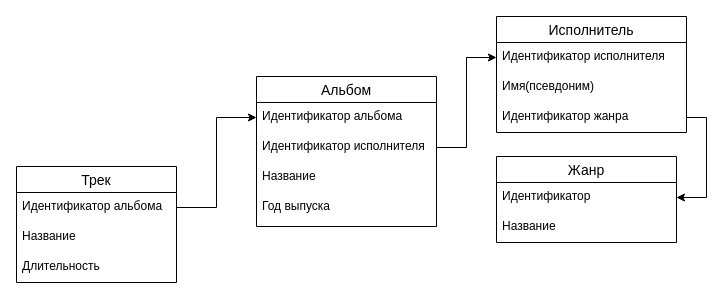
Ssafontsev/ht keeps this draw.io diagram as Untitled Diagram.drawio. Above is the earlier version. Source tidied: cells renumbered, new cells numbered last; positions are measured from the earlier drawing's top-left corner, leaving out a move shared by most shapes. Both pictures are drawn from the tidied source at 100%, with x=0, y=0 at pixel (16, 16).
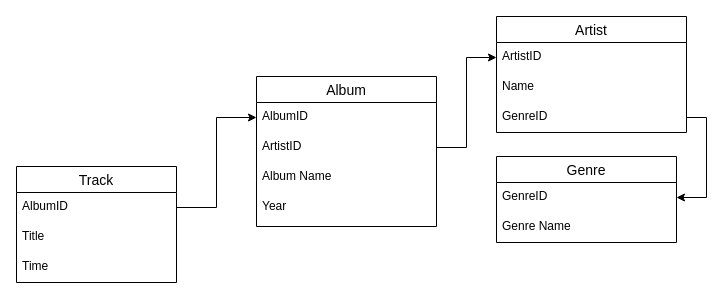
The same diagram, later.

Diff of the diagram source:
```diff
@@
-    <mxCell id="2" value="Трек" style="swimlane;fontStyle=0;horizontal=1;startSize=26;align=center;fontSize=14;" parent="1" vertex="1">
+    <mxCell id="2" value="Track" style="swimlane;fontStyle=0;horizontal=1;startSize=26;align=center;fontSize=14;" parent="1" vertex="1">
       <mxGeometry y="150" width="160" height="116" as="geometry" />
     </mxCell>
-    <mxCell id="3" value="Идентификатор альбома" style="text;strokeColor=none;fillColor=none;spacingLeft=4;spacingRight=4;overflow=hidden;points=[[0,0.5],[1,0.5]];portConstraint=eastwest;fontSize=12;" parent="2" vertex="1">
+    <mxCell id="3" value="AlbumID" style="text;strokeColor=none;fillColor=none;spacingLeft=4;spacingRight=4;overflow=hidden;points=[[0,0.5],[1,0.5]];portConstraint=eastwest;fontSize=12;" parent="2" vertex="1">
       <mxGeometry y="26" width="160" height="30" as="geometry" />
     </mxCell>
-    <mxCell id="4" value="Название" style="text;strokeColor=none;fillColor=none;spacingLeft=4;spacingRight=4;overflow=hidden;fontSize=12;" parent="2" vertex="1">
+    <mxCell id="4" value="Title" style="text;strokeColor=none;fillColor=none;spacingLeft=4;spacingRight=4;overflow=hidden;fontSize=12;" parent="2" vertex="1">
       <mxGeometry y="56" width="160" height="30" as="geometry" />
     </mxCell>
-    <mxCell id="5" value="Длительность" style="text;strokeColor=none;fillColor=none;spacingLeft=4;spacingRight=4;overflow=hidden;fontSize=12;" parent="2" vertex="1">
+    <mxCell id="5" value="Time" style="text;strokeColor=none;fillColor=none;spacingLeft=4;spacingRight=4;overflow=hidden;fontSize=12;" parent="2" vertex="1">
       <mxGeometry y="86" width="160" height="30" as="geometry" />
     </mxCell>
-    <mxCell id="6" value="Исполнитель" style="swimlane;fontStyle=0;horizontal=1;startSize=26;align=center;fontSize=14;" parent="1" vertex="1">
+    <mxCell id="6" value="Artist" style="swimlane;fontStyle=0;horizontal=1;startSize=26;align=center;fontSize=14;" parent="1" vertex="1">
       <mxGeometry x="480" width="190" height="116" as="geometry" />
     </mxCell>
-    <mxCell id="7" value="Идентификатор исполнителя" style="text;strokeColor=none;fillColor=none;spacingLeft=4;spacingRight=4;overflow=hidden;points=[[0,0.5],[1,0.5]];portConstraint=eastwest;fontSize=12;" parent="6" vertex="1">
+    <mxCell id="7" value="ArtistID" style="text;strokeColor=none;fillColor=none;spacingLeft=4;spacingRight=4;overflow=hidden;points=[[0,0.5],[1,0.5]];portConstraint=eastwest;fontSize=12;" parent="6" vertex="1">
       <mxGeometry y="26" width="190" height="30" as="geometry" />
     </mxCell>
-    <mxCell id="8" value="Имя(псевдоним)" style="text;strokeColor=none;fillColor=none;spacingLeft=4;spacingRight=4;overflow=hidden;fontSize=12;" parent="6" vertex="1">
+    <mxCell id="8" value="Name" style="text;strokeColor=none;fillColor=none;spacingLeft=4;spacingRight=4;overflow=hidden;fontSize=12;" parent="6" vertex="1">
       <mxGeometry y="56" width="190" height="30" as="geometry" />
     </mxCell>
-    <mxCell id="9" value="Идентификатор жанра" style="text;strokeColor=none;fillColor=none;spacingLeft=4;spacingRight=4;overflow=hidden;points=[[0,0.5],[1,0.5]];portConstraint=eastwest;fontSize=12;" parent="6" vertex="1">
+    <mxCell id="9" value="GenreID" style="text;strokeColor=none;fillColor=none;spacingLeft=4;spacingRight=4;overflow=hidden;points=[[0,0.5],[1,0.5]];portConstraint=eastwest;fontSize=12;" parent="6" vertex="1">
       <mxGeometry y="86" width="190" height="30" as="geometry" />
     </mxCell>
-    <mxCell id="10" value="Альбом" style="swimlane;fontStyle=0;horizontal=1;startSize=26;align=center;fontSize=14;" parent="1" vertex="1">
+    <mxCell id="10" value="Album" style="swimlane;fontStyle=0;horizontal=1;startSize=26;align=center;fontSize=14;" parent="1" vertex="1">
       <mxGeometry x="240" y="60" width="180" height="150" as="geometry" />
     </mxCell>
-    <mxCell id="11" value="Идентификатор альбома" style="text;strokeColor=none;fillColor=none;spacingLeft=4;spacingRight=4;overflow=hidden;points=[[0,0.5],[1,0.5]];portConstraint=eastwest;fontSize=12;" parent="10" vertex="1">
+    <mxCell id="11" value="AlbumID" style="text;strokeColor=none;fillColor=none;spacingLeft=4;spacingRight=4;overflow=hidden;points=[[0,0.5],[1,0.5]];portConstraint=eastwest;fontSize=12;" parent="10" vertex="1">
       <mxGeometry y="26" width="180" height="30" as="geometry" />
     </mxCell>
-    <mxCell id="12" value="Идентификатор исполнителя" style="text;strokeColor=none;fillColor=none;spacingLeft=4;spacingRight=4;overflow=hidden;points=[[0,0.5],[1,0.5]];portConstraint=eastwest;fontSize=12;" parent="10" vertex="1">
+    <mxCell id="12" value="ArtistID" style="text;strokeColor=none;fillColor=none;spacingLeft=4;spacingRight=4;overflow=hidden;points=[[0,0.5],[1,0.5]];portConstraint=eastwest;fontSize=12;" parent="10" vertex="1">
       <mxGeometry y="56" width="180" height="30" as="geometry" />
     </mxCell>
-    <mxCell id="13" value="Название" style="text;strokeColor=none;fillColor=none;spacingLeft=4;spacingRight=4;overflow=hidden;fontSize=12;" parent="10" vertex="1">
+    <mxCell id="13" value="Album Name&#10;" style="text;strokeColor=none;fillColor=none;spacingLeft=4;spacingRight=4;overflow=hidden;fontSize=12;" parent="10" vertex="1">
       <mxGeometry y="86" width="180" height="64" as="geometry" />
     </mxCell>
-    <mxCell id="14" value="Жанр" style="swimlane;fontStyle=0;horizontal=1;startSize=26;align=center;fontSize=14;" parent="1" vertex="1">
+    <mxCell id="14" value="Genre" style="swimlane;fontStyle=0;horizontal=1;startSize=26;align=center;fontSize=14;" parent="1" vertex="1">
       <mxGeometry x="480" y="140" width="180" height="86" as="geometry" />
     </mxCell>
-    <mxCell id="15" value="Идентификатор" style="text;strokeColor=none;fillColor=none;spacingLeft=4;spacingRight=4;overflow=hidden;points=[[0,0.5],[1,0.5]];portConstraint=eastwest;fontSize=12;" parent="14" vertex="1">
+    <mxCell id="15" value="GenreID" style="text;strokeColor=none;fillColor=none;spacingLeft=4;spacingRight=4;overflow=hidden;points=[[0,0.5],[1,0.5]];portConstraint=eastwest;fontSize=12;" parent="14" vertex="1">
       <mxGeometry y="26" width="180" height="30" as="geometry" />
     </mxCell>
-    <mxCell id="16" value="Название" style="text;strokeColor=none;fillColor=none;spacingLeft=4;spacingRight=4;overflow=hidden;fontSize=12;" parent="14" vertex="1">
+    <mxCell id="16" value="Genre Name" style="text;strokeColor=none;fillColor=none;spacingLeft=4;spacingRight=4;overflow=hidden;fontSize=12;" parent="14" vertex="1">
       <mxGeometry y="56" width="180" height="30" as="geometry" />
     </mxCell>
@@
-    <mxCell id="18" value="Год выпуска" style="text;strokeColor=none;fillColor=none;spacingLeft=4;spacingRight=4;overflow=hidden;fontSize=12;" parent="1" vertex="1">
+    <mxCell id="18" value="Year" style="text;strokeColor=none;fillColor=none;spacingLeft=4;spacingRight=4;overflow=hidden;fontSize=12;" parent="1" vertex="1">
       <mxGeometry x="240" y="176" width="160" height="30" as="geometry" />
     </mxCell>
```
